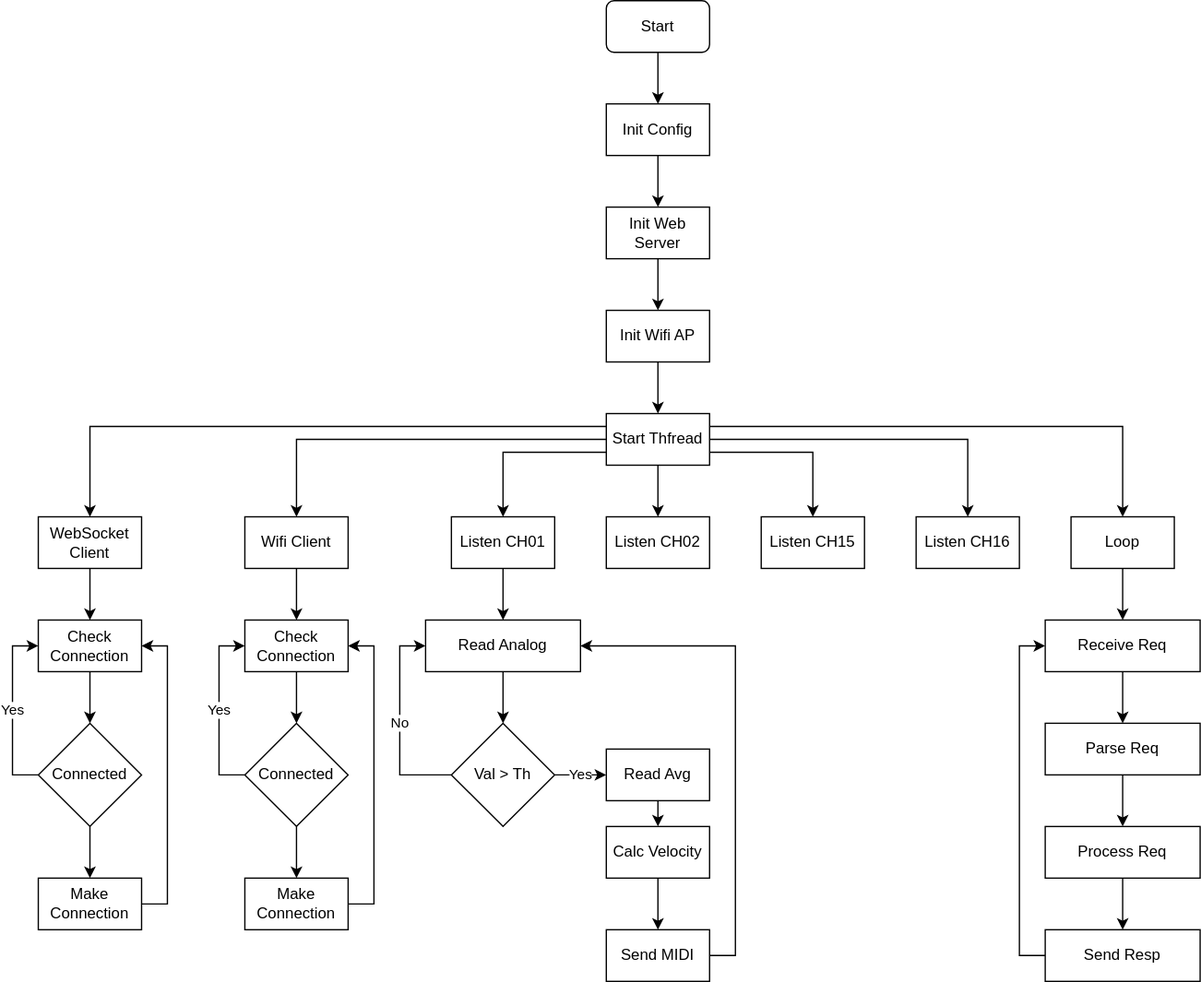
The draw.io diagram ESP32Drum.drawio.svg in kamshory/ESP32DrumPad, before a commit. Source tidied: cells renumbered, new cells last; positions are measured from the earlier drawing's top-left corner, leaving out a move shared by most shapes.
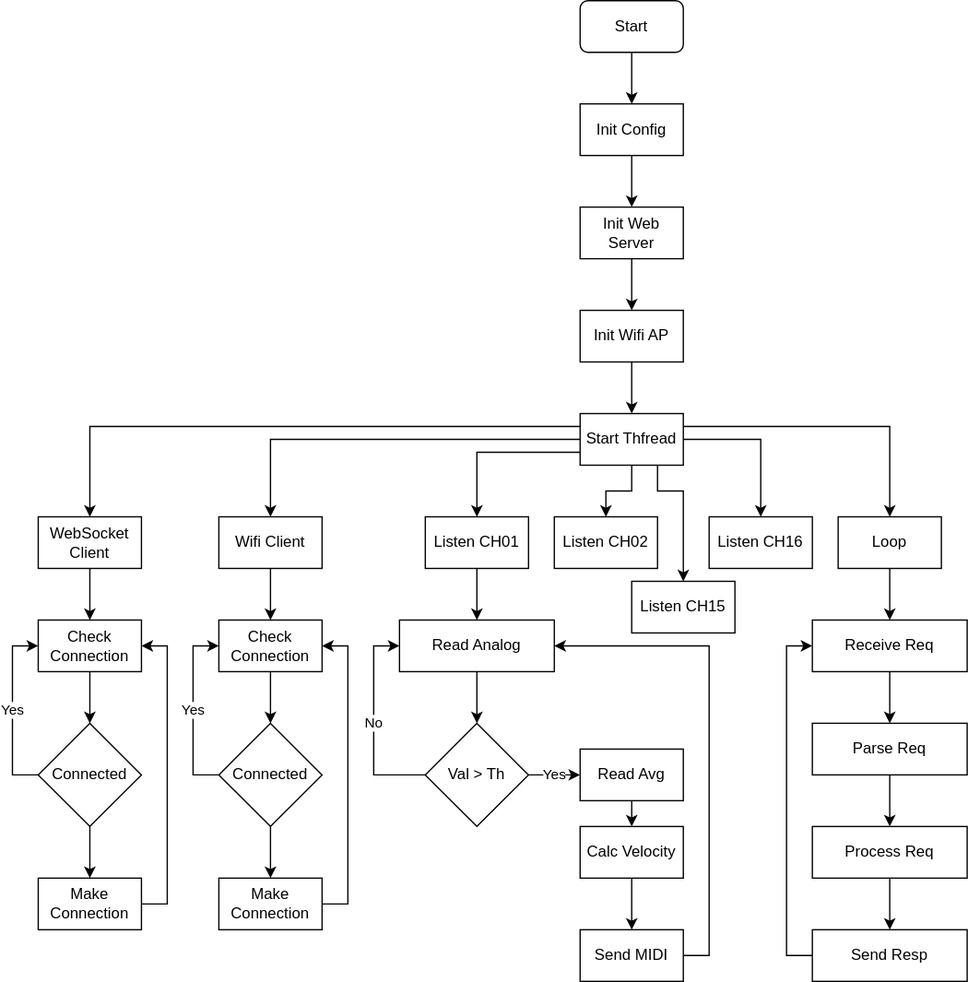
The same diagram one commit later.

Diff of the diagram source:
```diff
@@ -26,11 +26,16 @@
     <mxCell id="9" style="edgeStyle=orthogonalEdgeStyle;rounded=0;jettySize=auto;html=1;exitX=1;exitY=0.5;exitDx=0;exitDy=0;entryX=0.5;entryY=0;entryDx=0;entryDy=0;" parent="1" edge="1" source="12" target="26">
       <mxGeometry relative="1" as="geometry" />
     </mxCell>
-    <mxCell id="10" style="edgeStyle=orthogonalEdgeStyle;rounded=0;jettySize=auto;html=1;exitX=1;exitY=0.75;exitDx=0;exitDy=0;entryX=0.5;entryY=0;entryDx=0;entryDy=0;" parent="1" edge="1" source="12" target="25">
+    <mxCell id="10" style="edgeStyle=orthogonalEdgeStyle;rounded=0;jettySize=auto;html=1;exitX=0.5;exitY=1;exitDx=0;exitDy=0;entryX=0.5;entryY=0;entryDx=0;entryDy=0;" parent="1" edge="1" source="12" target="24">
       <mxGeometry relative="1" as="geometry" />
     </mxCell>
-    <mxCell id="11" style="edgeStyle=orthogonalEdgeStyle;rounded=0;jettySize=auto;html=1;exitX=0.5;exitY=1;exitDx=0;exitDy=0;entryX=0.5;entryY=0;entryDx=0;entryDy=0;" parent="1" edge="1" source="12" target="24">
-      <mxGeometry relative="1" as="geometry" />
+    <mxCell id="11" style="edgeStyle=orthogonalEdgeStyle;rounded=0;jettySize=auto;html=1;exitX=0.75;exitY=1;exitDx=0;exitDy=0;entryX=0.5;entryY=0;entryDx=0;entryDy=0;" parent="1" edge="1" source="12" target="25">
+      <mxGeometry relative="1" as="geometry">
+        <Array as="points">
+          <mxPoint x="500" y="380" />
+          <mxPoint x="520" y="380" />
+        </Array>
+      </mxGeometry>
     </mxCell>
     <mxCell id="12" value="Start Thfread" style="rounded=0;whiteSpace=wrap;html=1;" parent="1" vertex="1">
       <mxGeometry x="440" y="320" width="80" height="40" as="geometry" />
@@ -39,7 +44,7 @@
       <mxGeometry relative="1" as="geometry" />
     </mxCell>
     <mxCell id="14" value="WebSocket Client" style="rounded=0;whiteSpace=wrap;html=1;" parent="1" vertex="1">
-      <mxGeometry y="400" width="80" height="40" as="geometry" />
+      <mxGeometry x="20" y="400" width="80" height="40" as="geometry" />
     </mxCell>
     <mxCell id="15" style="edgeStyle=orthogonalEdgeStyle;rounded=0;jettySize=auto;html=1;exitX=0.5;exitY=1;exitDx=0;exitDy=0;entryX=0.5;entryY=0;entryDx=0;entryDy=0;" parent="1" edge="1" source="16" target="61">
       <mxGeometry relative="1" as="geometry" />
@@ -71,13 +76,13 @@
       <mxGeometry x="320" y="400" width="80" height="40" as="geometry" />
     </mxCell>
     <mxCell id="24" value="Listen CH02" style="rounded=0;whiteSpace=wrap;html=1;" parent="1" vertex="1">
-      <mxGeometry x="440" y="400" width="80" height="40" as="geometry" />
+      <mxGeometry x="420" y="400" width="80" height="40" as="geometry" />
     </mxCell>
     <mxCell id="25" value="Listen CH15" style="rounded=0;whiteSpace=wrap;html=1;" parent="1" vertex="1">
-      <mxGeometry x="560" y="400" width="80" height="40" as="geometry" />
+      <mxGeometry x="480" y="450" width="80" height="40" as="geometry" />
     </mxCell>
     <mxCell id="26" value="Listen CH16" style="rounded=0;whiteSpace=wrap;html=1;" parent="1" vertex="1">
-      <mxGeometry x="680" y="400" width="80" height="40" as="geometry" />
+      <mxGeometry x="540" y="400" width="80" height="40" as="geometry" />
     </mxCell>
     <mxCell id="27" style="edgeStyle=orthogonalEdgeStyle;rounded=0;jettySize=auto;html=1;exitX=0.5;exitY=1;exitDx=0;exitDy=0;entryX=0.5;entryY=0;entryDx=0;entryDy=0;" parent="1" edge="1" source="28" target="31">
       <mxGeometry relative="1" as="geometry" />
@@ -116,37 +121,37 @@
       <mxGeometry relative="1" as="geometry" />
     </mxCell>
     <mxCell id="39" value="Loop" style="rounded=0;whiteSpace=wrap;html=1;" parent="1" vertex="1">
-      <mxGeometry x="800" y="400" width="80" height="40" as="geometry" />
+      <mxGeometry x="640" y="400" width="80" height="40" as="geometry" />
     </mxCell>
     <mxCell id="40" style="edgeStyle=orthogonalEdgeStyle;rounded=0;jettySize=auto;html=1;" parent="1" edge="1" source="41" target="43">
       <mxGeometry relative="1" as="geometry" />
     </mxCell>
     <mxCell id="41" value="Receive Req" style="rounded=0;whiteSpace=wrap;html=1;" parent="1" vertex="1">
-      <mxGeometry x="780" y="480" width="120" height="40" as="geometry" />
+      <mxGeometry x="620" y="480" width="120" height="40" as="geometry" />
     </mxCell>
     <mxCell id="42" style="edgeStyle=orthogonalEdgeStyle;rounded=0;jettySize=auto;html=1;" parent="1" edge="1" source="43" target="45">
       <mxGeometry relative="1" as="geometry" />
     </mxCell>
     <mxCell id="43" value="Parse Req" style="whiteSpace=wrap;html=1;rounded=0;" parent="1" vertex="1">
-      <mxGeometry x="780" y="560" width="120" height="40" as="geometry" />
+      <mxGeometry x="620" y="560" width="120" height="40" as="geometry" />
     </mxCell>
     <mxCell id="44" style="edgeStyle=orthogonalEdgeStyle;rounded=0;jettySize=auto;html=1;" parent="1" edge="1" source="45" target="47">
       <mxGeometry relative="1" as="geometry" />
     </mxCell>
     <mxCell id="45" value="Process Req" style="whiteSpace=wrap;html=1;rounded=0;" parent="1" vertex="1">
-      <mxGeometry x="780" y="640" width="120" height="40" as="geometry" />
+      <mxGeometry x="620" y="640" width="120" height="40" as="geometry" />
     </mxCell>
     <mxCell id="46" style="edgeStyle=orthogonalEdgeStyle;rounded=0;jettySize=auto;html=1;exitX=0;exitY=0.5;exitDx=0;exitDy=0;entryX=0;entryY=0.5;entryDx=0;entryDy=0;" parent="1" edge="1" source="47" target="41">
       <mxGeometry relative="1" as="geometry" />
     </mxCell>
     <mxCell id="47" value="Send Resp" style="whiteSpace=wrap;html=1;rounded=0;" parent="1" vertex="1">
-      <mxGeometry x="780" y="720" width="120" height="40" as="geometry" />
+      <mxGeometry x="620" y="720" width="120" height="40" as="geometry" />
     </mxCell>
     <mxCell id="48" style="edgeStyle=orthogonalEdgeStyle;rounded=0;jettySize=auto;html=1;exitX=1;exitY=0.5;exitDx=0;exitDy=0;entryX=1;entryY=0.5;entryDx=0;entryDy=0;" parent="1" edge="1" source="49" target="54">
       <mxGeometry relative="1" as="geometry" />
     </mxCell>
     <mxCell id="49" value="Make Connection" style="rounded=0;whiteSpace=wrap;html=1;" parent="1" vertex="1">
-      <mxGeometry y="680" width="80" height="40" as="geometry" />
+      <mxGeometry x="20" y="680" width="80" height="40" as="geometry" />
     </mxCell>
     <mxCell id="50" value="Yes" style="edgeStyle=orthogonalEdgeStyle;rounded=0;jettySize=auto;html=1;exitX=0;exitY=0.5;exitDx=0;exitDy=0;entryX=0;entryY=0.5;entryDx=0;entryDy=0;" parent="1" edge="1" source="52" target="54">
       <mxGeometry relative="1" as="geometry" />
@@ -155,13 +160,13 @@
       <mxGeometry relative="1" as="geometry" />
     </mxCell>
     <mxCell id="52" value="Connected" style="rhombus;whiteSpace=wrap;html=1;" parent="1" vertex="1">
-      <mxGeometry y="560" width="80" height="80" as="geometry" />
+      <mxGeometry x="20" y="560" width="80" height="80" as="geometry" />
     </mxCell>
     <mxCell id="53" style="edgeStyle=orthogonalEdgeStyle;rounded=0;jettySize=auto;html=1;exitX=0.5;exitY=1;exitDx=0;exitDy=0;entryX=0.5;entryY=0;entryDx=0;entryDy=0;" parent="1" edge="1" source="54" target="52">
       <mxGeometry relative="1" as="geometry" />
     </mxCell>
     <mxCell id="54" value="Check Connection" style="rounded=0;whiteSpace=wrap;html=1;" parent="1" vertex="1">
-      <mxGeometry y="480" width="80" height="40" as="geometry" />
+      <mxGeometry x="20" y="480" width="80" height="40" as="geometry" />
     </mxCell>
     <mxCell id="55" style="edgeStyle=orthogonalEdgeStyle;rounded=0;jettySize=auto;html=1;exitX=1;exitY=0.5;exitDx=0;exitDy=0;entryX=1;entryY=0.5;entryDx=0;entryDy=0;" parent="1" edge="1" source="56" target="61">
       <mxGeometry relative="1" as="geometry" />
```
